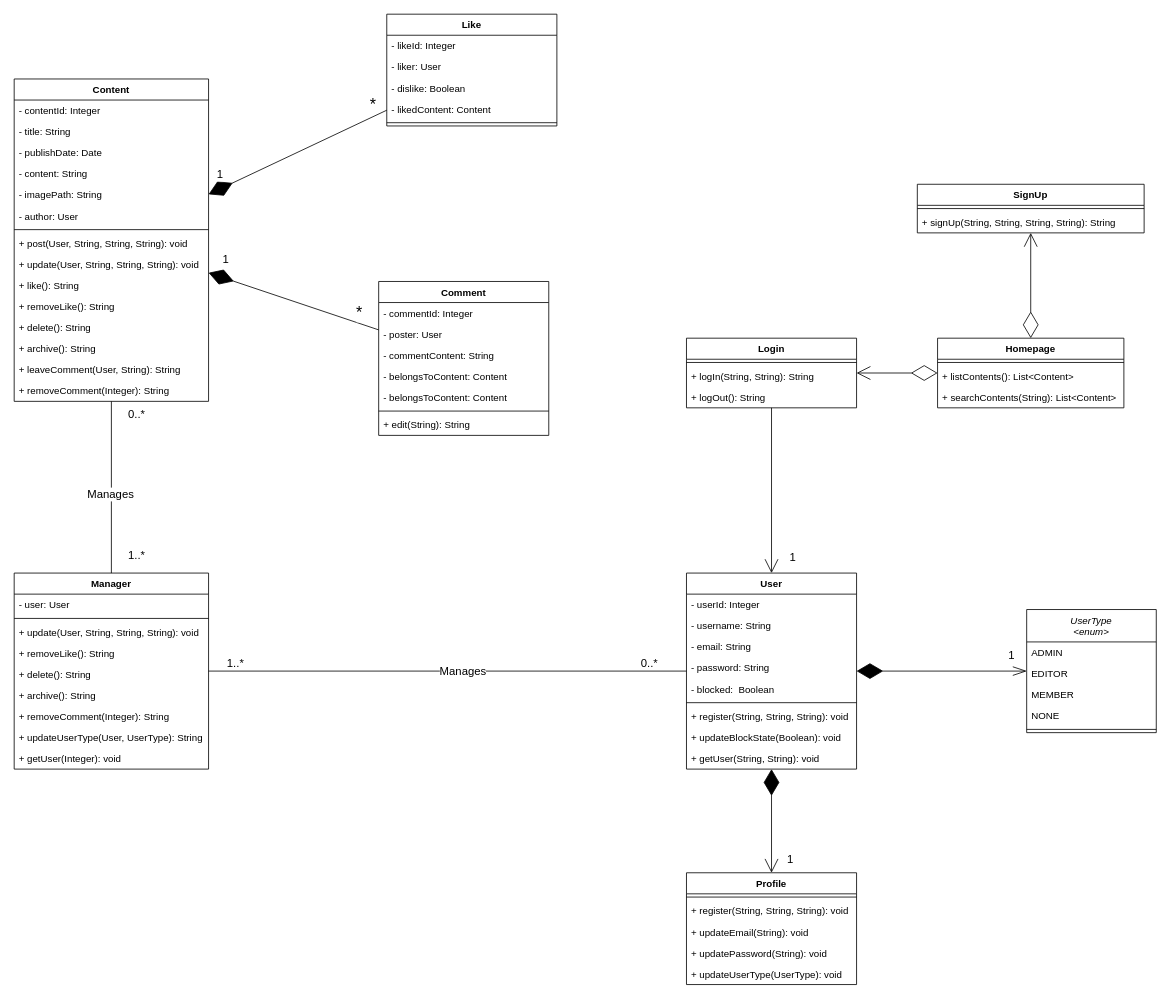
Above: Software Requirements Specification/Object_Class_Diagram.drawio in gitsametcan/Blogosphere (draw.io), before the change. Source tidied: cells renumbered, new cells numbered last; positions are measured from the earlier drawing's top-left corner, leaving out a move shared by most shapes. Both pictures are drawn from the tidied source at 81%, with x=0, y=0 at pixel (14, 14).
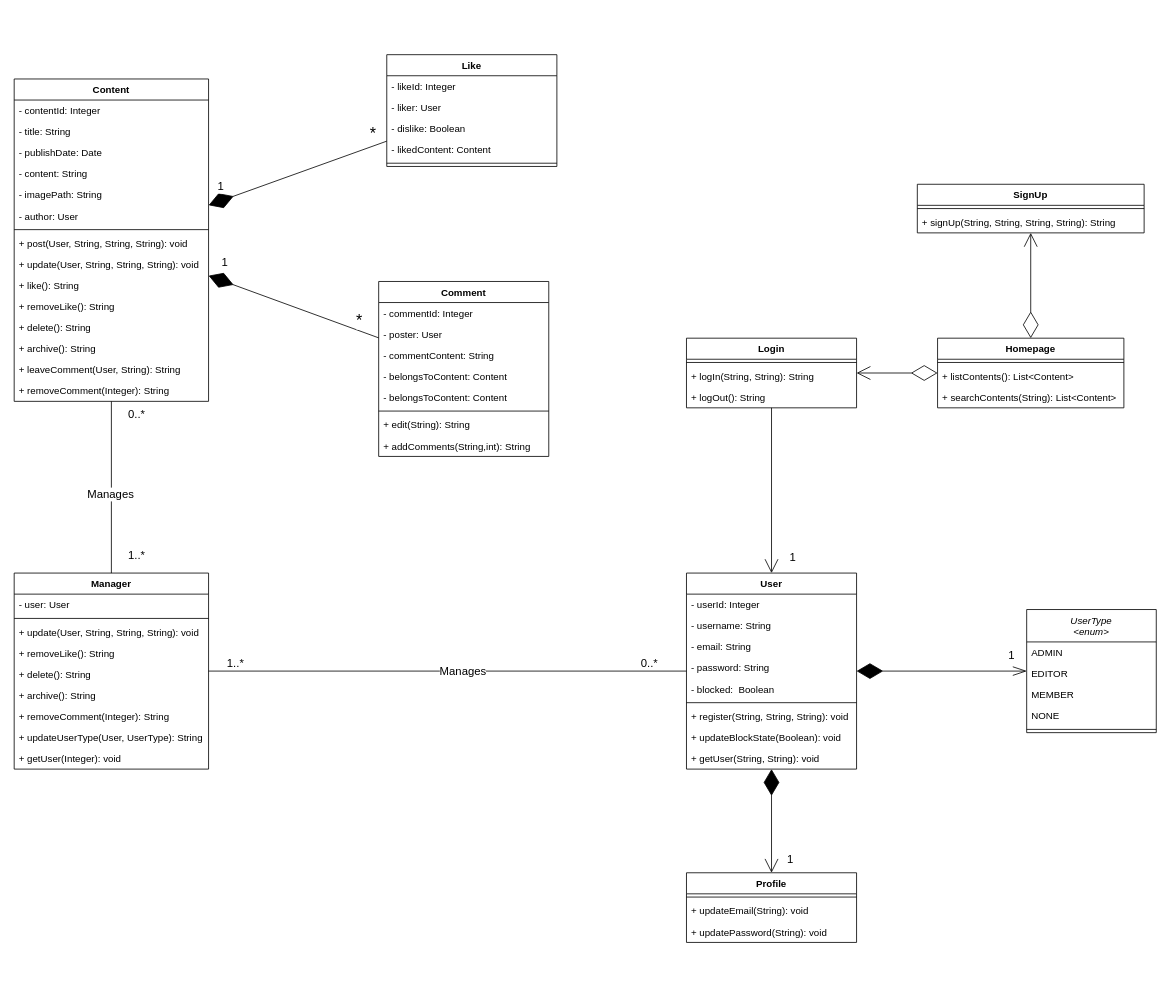
After the change.

Commit message (it also covers changes not shown here):
Sequence and Object Class Diagrams Updated

Diff of the diagram source:
```diff
@@
     <mxCell id="45" value="Like" style="swimlane;fontStyle=1;align=center;verticalAlign=top;horizontal=1;startSize=26;" parent="1" vertex="1">
-      <mxGeometry x="460" width="210" height="138" as="geometry" />
+      <mxGeometry x="460" y="50" width="210" height="138" as="geometry" />
     </mxCell>
@@
     <mxCell id="51" value="Comment" style="swimlane;fontStyle=1;align=center;verticalAlign=top;horizontal=1;startSize=26;" parent="1" vertex="1">
-      <mxGeometry x="450" y="330" width="210" height="190" as="geometry" />
+      <mxGeometry x="450" y="330" width="210" height="216" as="geometry" />
     </mxCell>
@@
+    <mxCell id="97" value="+ addComments(String,int): String" style="text;strokeColor=none;fillColor=none;align=left;verticalAlign=top;spacingLeft=4;spacingRight=4;overflow=hidden;" parent="51" vertex="1">
+      <mxGeometry y="190" width="210" height="26" as="geometry" />
+    </mxCell>
     <mxCell id="59" value="Profile" style="swimlane;fontStyle=1;align=center;verticalAlign=top;horizontal=1;startSize=26;" parent="1" vertex="1">
-      <mxGeometry x="830" y="1060" width="210" height="138" as="geometry" />
+      <mxGeometry x="830" y="1060" width="210" height="86" as="geometry" />
     </mxCell>
@@
-    <mxCell id="61" value="+ register(String, String, String): void" style="text;strokeColor=none;fillColor=none;align=left;verticalAlign=top;spacingLeft=4;spacingRight=4;overflow=hidden;" parent="59" vertex="1">
-      <mxGeometry y="34" width="210" height="26" as="geometry" />
-    </mxCell>
     <mxCell id="62" value="+ updateEmail(String): void" style="text;strokeColor=none;fillColor=none;align=left;verticalAlign=top;spacingLeft=4;spacingRight=4;overflow=hidden;" parent="59" vertex="1">
-      <mxGeometry y="60" width="210" height="26" as="geometry" />
+      <mxGeometry y="34" width="210" height="26" as="geometry" />
     </mxCell>
     <mxCell id="63" value="+ updatePassword(String): void" style="text;strokeColor=none;fillColor=none;align=left;verticalAlign=top;spacingLeft=4;spacingRight=4;overflow=hidden;" parent="59" vertex="1">
-      <mxGeometry y="86" width="210" height="26" as="geometry" />
+      <mxGeometry y="60" width="210" height="26" as="geometry" />
     </mxCell>
-    <mxCell id="64" value="+ updateUserType(UserType): void" style="text;strokeColor=none;fillColor=none;align=left;verticalAlign=top;spacingLeft=4;spacingRight=4;overflow=hidden;" parent="59" vertex="1">
-      <mxGeometry y="112" width="210" height="26" as="geometry" />
-    </mxCell>
```
